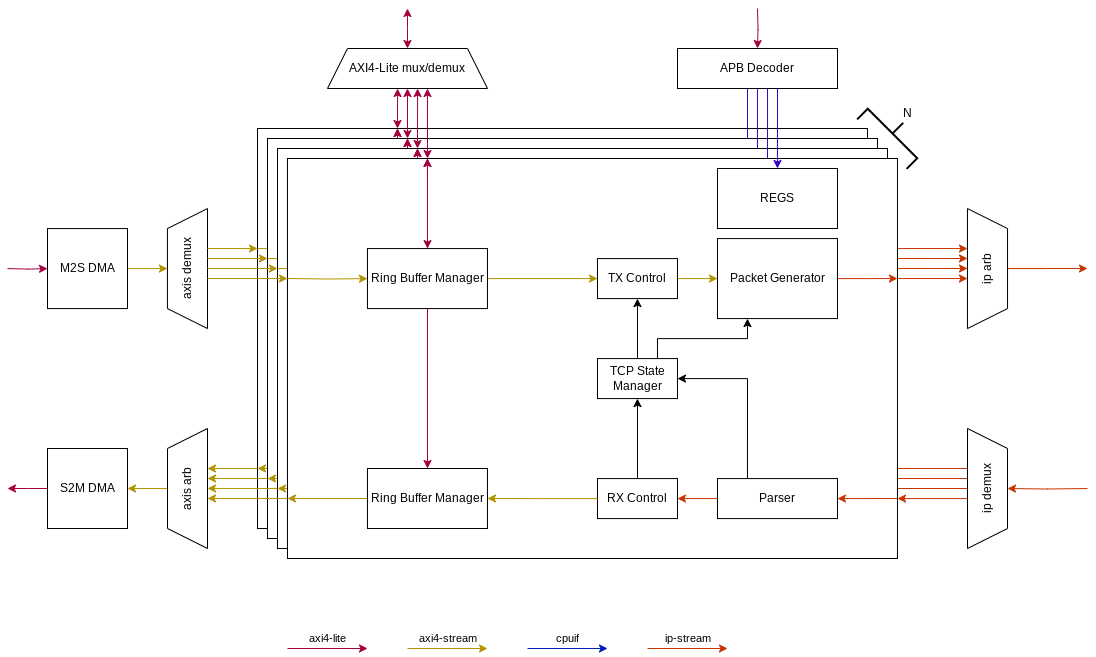
The draw.io diagram hw/super6502_fpga/src/sub/network_processor/doc/tcp.drawio.png in bman12three4/super6502, before a commit. Source tidied: cells renumbered, new cells last; positions are measured from the earlier drawing's top-left corner, leaving out a move shared by most shapes.
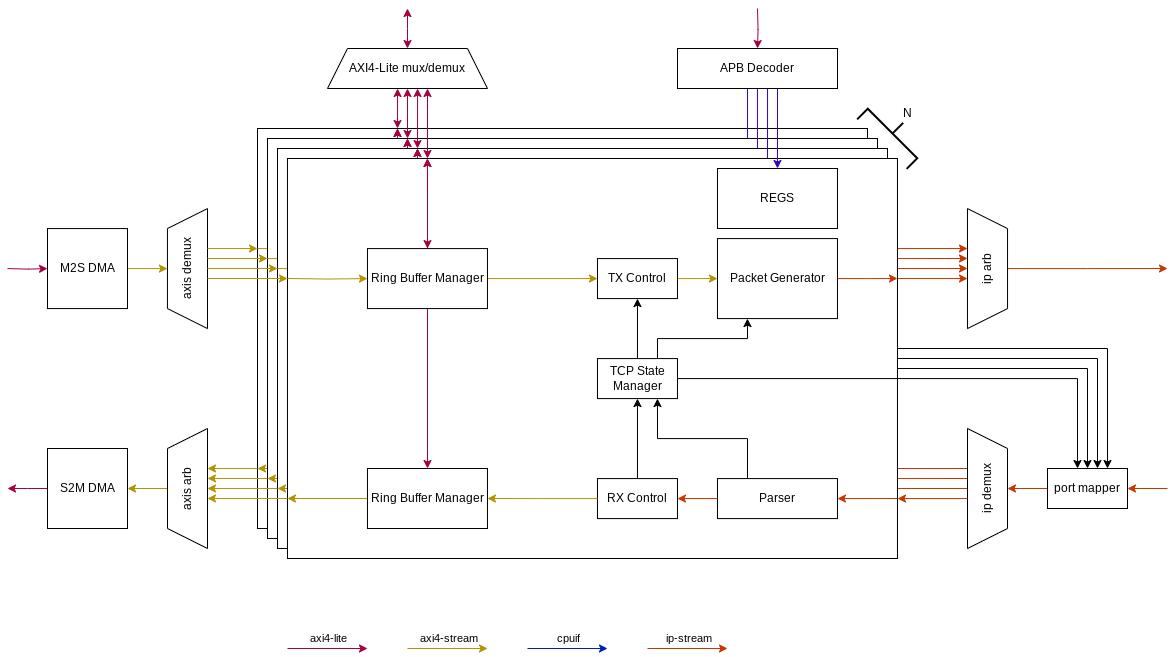
After the commit.

Diff of the diagram source:
```diff
@@ -312,7 +312,7 @@
     </mxCell>
     <mxCell id="83" style="edgeStyle=orthogonalEdgeStyle;rounded=0;jettySize=auto;html=1;fillColor=#fa6800;strokeColor=#C73500;" parent="1" edge="1" source="84">
       <mxGeometry relative="1" as="geometry">
-        <mxPoint x="1080" y="260" as="targetPoint" />
+        <mxPoint x="1160" y="260" as="targetPoint" />
       </mxGeometry>
     </mxCell>
     <mxCell id="84" value="ip arb" style="shape=trapezoid;perimeter=trapezoidPerimeter;whiteSpace=wrap;html=1;fixedSize=1;rotation=-90;flipH=1;flipV=1;" parent="1" vertex="1">
@@ -349,11 +349,6 @@
         <mxPoint x="960" y="490.1" as="targetPoint" />
       </mxGeometry>
     </mxCell>
-    <mxCell id="91" style="edgeStyle=orthogonalEdgeStyle;rounded=0;jettySize=auto;html=1;entryX=0.5;entryY=1;entryDx=0;entryDy=0;fillColor=#fa6800;strokeColor=#C73500;" parent="1" edge="1" target="85">
-      <mxGeometry relative="1" as="geometry">
-        <mxPoint x="1080" y="480" as="sourcePoint" />
-      </mxGeometry>
-    </mxCell>
     <mxCell id="92" style="edgeStyle=orthogonalEdgeStyle;rounded=0;jettySize=auto;html=1;startArrow=classic;startFill=1;fillColor=#d80073;strokeColor=#A50040;" parent="1" edge="1" source="93">
       <mxGeometry relative="1" as="geometry">
         <mxPoint x="400" as="targetPoint" />
@@ -452,7 +447,7 @@
     <mxCell id="116" value="TCP State Manager" style="rounded=0;whiteSpace=wrap;html=1;" parent="103" vertex="1">
       <mxGeometry x="310" y="200.1" width="80" height="40" as="geometry" />
     </mxCell>
-    <mxCell id="117" style="edgeStyle=orthogonalEdgeStyle;rounded=0;jettySize=auto;html=1;exitX=0.25;exitY=0;exitDx=0;exitDy=0;entryX=1;entryY=0.5;entryDx=0;entryDy=0;" parent="103" edge="1" source="118" target="116">
+    <mxCell id="117" style="edgeStyle=orthogonalEdgeStyle;rounded=0;jettySize=auto;html=1;exitX=0.25;exitY=0;exitDx=0;exitDy=0;entryX=0.75;entryY=1;entryDx=0;entryDy=0;" parent="103" edge="1" source="118" target="116">
       <mxGeometry relative="1" as="geometry" />
     </mxCell>
     <mxCell id="118" value="Parser" style="rounded=0;whiteSpace=wrap;html=1;" parent="103" vertex="1">
@@ -599,5 +594,43 @@
         <mxPoint x="-8" y="-8" as="offset" />
       </mxGeometry>
     </mxCell>
+    <mxCell id="148" style="edgeStyle=orthogonalEdgeStyle;rounded=0;jettySize=auto;html=1;entryX=0.5;entryY=1;entryDx=0;entryDy=0;fillColor=#fa6800;strokeColor=#C73500;" parent="1" edge="1" source="149" target="85">
+      <mxGeometry relative="1" as="geometry" />
+    </mxCell>
+    <mxCell id="149" value="port mapper" style="rounded=0;whiteSpace=wrap;html=1;" parent="1" vertex="1">
+      <mxGeometry x="1040" y="460" width="80" height="40" as="geometry" />
+    </mxCell>
+    <mxCell id="150" style="edgeStyle=orthogonalEdgeStyle;rounded=0;jettySize=auto;html=1;entryX=0.375;entryY=0;entryDx=0;entryDy=0;entryPerimeter=0;" parent="1" edge="1" source="116" target="149">
+      <mxGeometry relative="1" as="geometry" />
+    </mxCell>
+    <mxCell id="151" style="endArrow=classic;html=1;rounded=0;entryX=0.5;entryY=0;entryDx=0;entryDy=0;" parent="1" edge="1" target="149">
+      <mxGeometry relative="1" as="geometry">
+        <mxPoint x="890" y="360" as="sourcePoint" />
+        <Array as="points">
+          <mxPoint x="1080" y="360" />
+        </Array>
+      </mxGeometry>
+    </mxCell>
+    <mxCell id="152" style="endArrow=classic;html=1;rounded=0;entryX=0.625;entryY=0;entryDx=0;entryDy=0;entryPerimeter=0;" parent="1" edge="1" target="149">
+      <mxGeometry relative="1" as="geometry">
+        <mxPoint x="890" y="350" as="sourcePoint" />
+        <Array as="points">
+          <mxPoint x="1090" y="350" />
+        </Array>
+      </mxGeometry>
+    </mxCell>
+    <mxCell id="153" style="endArrow=classic;html=1;rounded=0;entryX=0.75;entryY=0;entryDx=0;entryDy=0;" parent="1" edge="1" target="149">
+      <mxGeometry relative="1" as="geometry">
+        <mxPoint x="890" y="340" as="sourcePoint" />
+        <Array as="points">
+          <mxPoint x="1100" y="340" />
+        </Array>
+      </mxGeometry>
+    </mxCell>
+    <mxCell id="154" style="endArrow=classic;html=1;rounded=0;entryX=1;entryY=0.5;entryDx=0;entryDy=0;fillColor=#fa6800;strokeColor=#C73500;" parent="1" edge="1" target="149">
+      <mxGeometry relative="1" as="geometry">
+        <mxPoint x="1160" y="480" as="sourcePoint" />
+      </mxGeometry>
+    </mxCell>
   </root>
 </mxGraphModel>
```
